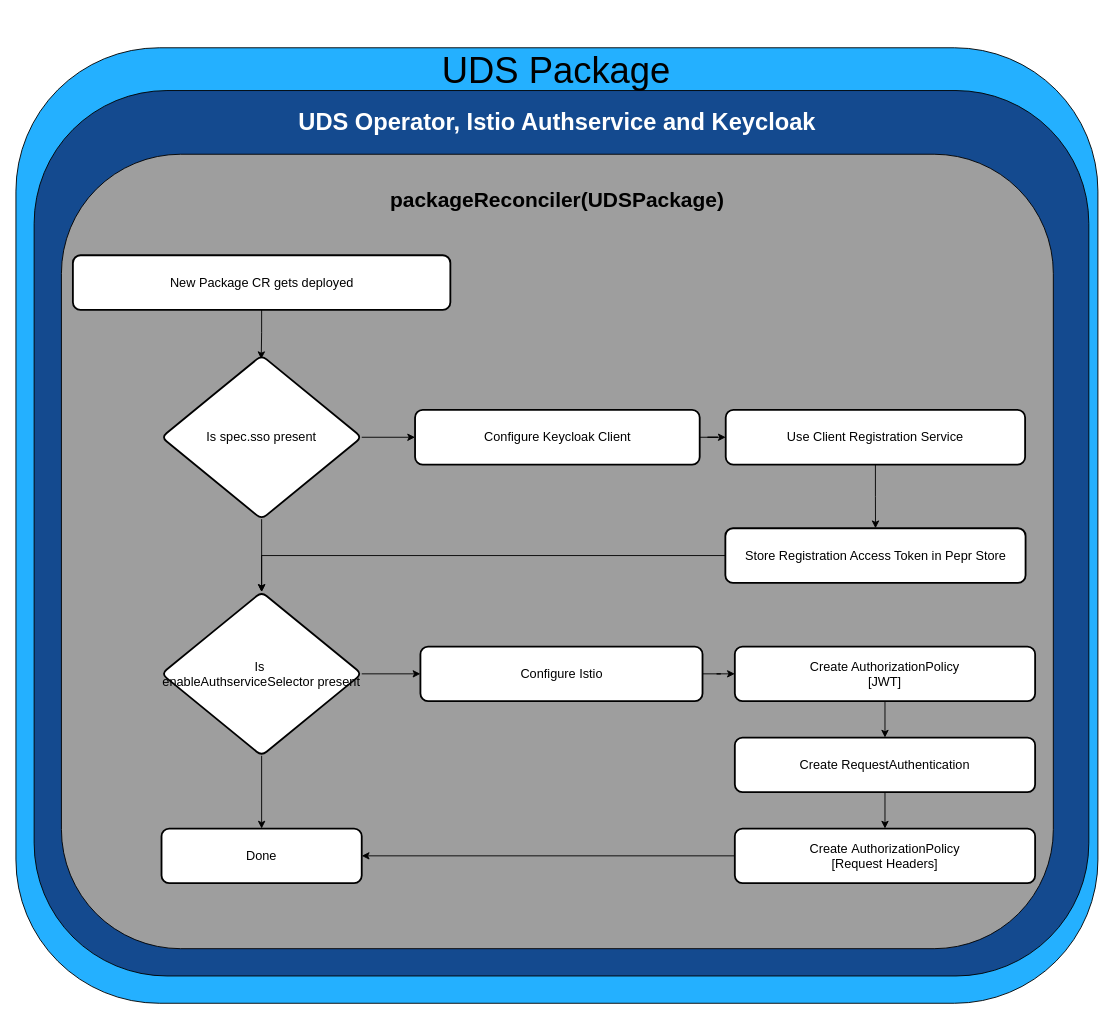
Before: docs/.images/diagrams/uds-core-pepr-operator-flow.drawio in defenseunicorns/uds-core, a draw.io diagram. Source tidied: cells renumbered, new cells numbered last; positions are measured from the earlier drawing's top-left corner, leaving out a move shared by most shapes. Both pictures are drawn from the tidied source at 91%, with x=0, y=0 at pixel (15, 47).
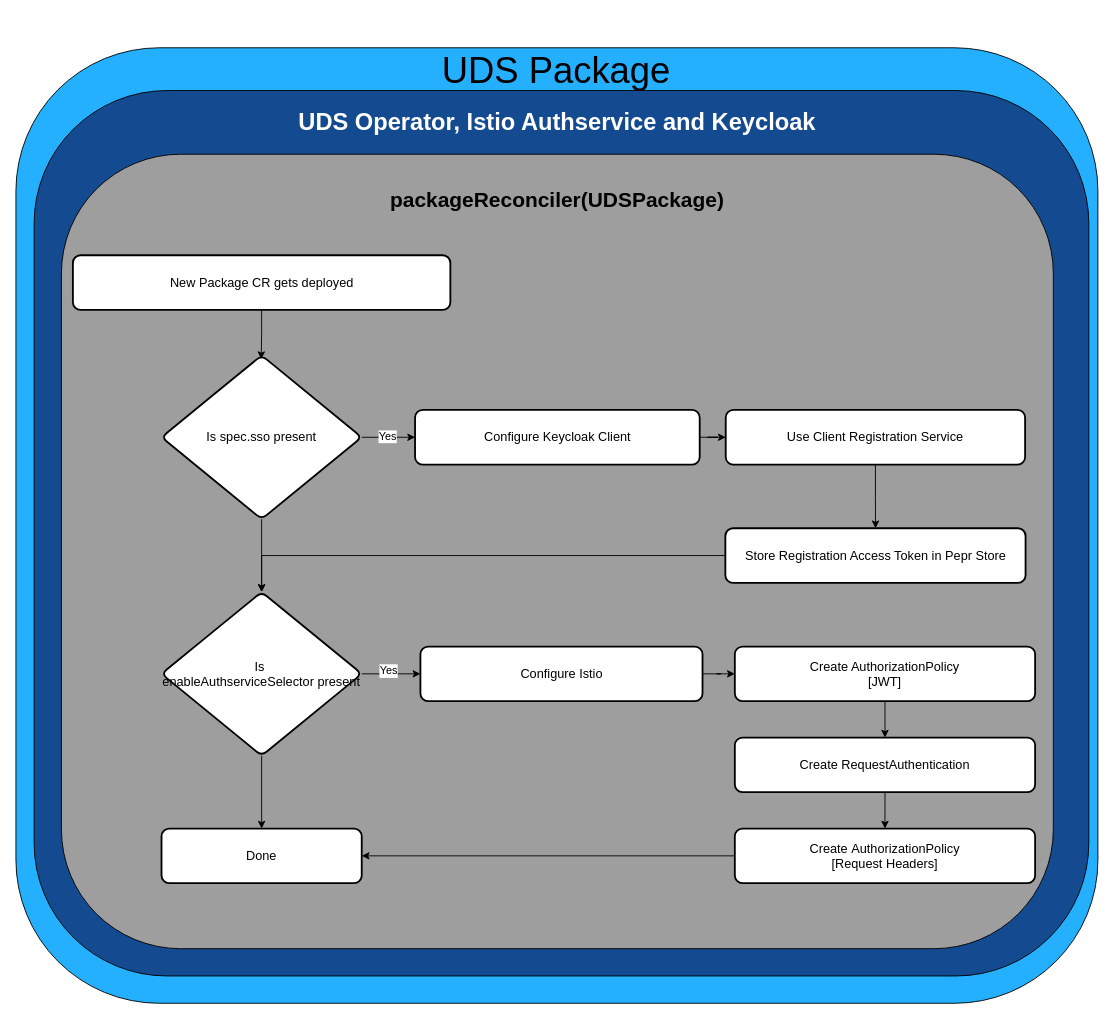
After the change.

The edit, as a diff of the source:
```diff
@@
+    <mxCell id="31" value="&lt;span style=&quot;background-color: light-dark(#ffffff, var(--ge-dark-color, #121212));&quot;&gt;Yes&lt;/span&gt;" style="text;html=1;align=center;verticalAlign=middle;whiteSpace=wrap;rounded=0;" parent="1" vertex="1">
+      <mxGeometry x="378.6" y="413" width="60" height="30" as="geometry" />
+    </mxCell>
+    <mxCell id="32" value="Yes" style="text;html=1;align=center;verticalAlign=middle;whiteSpace=wrap;rounded=0;labelBackgroundColor=default;" parent="1" vertex="1">
+      <mxGeometry x="380" y="670" width="60" height="30" as="geometry" />
+    </mxCell>
```
